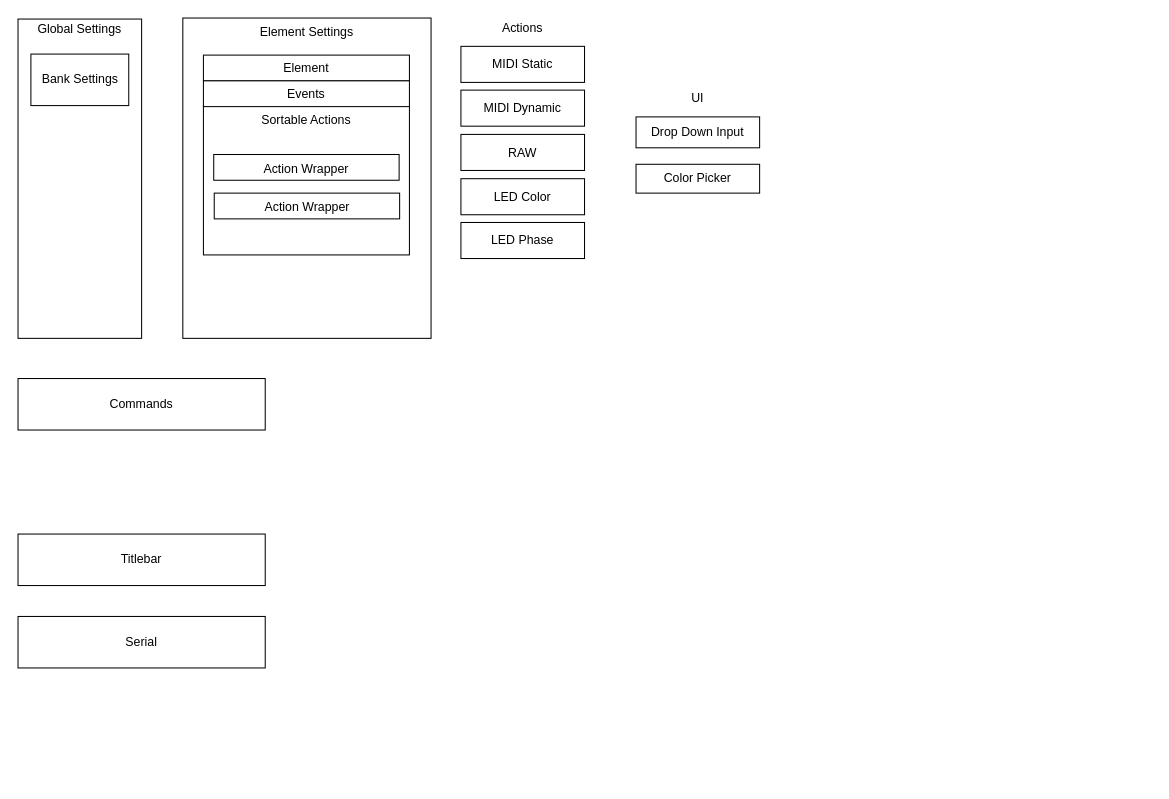
The draw.io diagram doc-editor.drawio in intechstudio/grid-editor, before the edit. Source tidied: cells renumbered, new cells numbered last; positions are measured from the earlier drawing's top-left corner, leaving out a move shared by most shapes. Both pictures are drawn from the tidied source at 103%, with x=0, y=0 at pixel (18, 18).
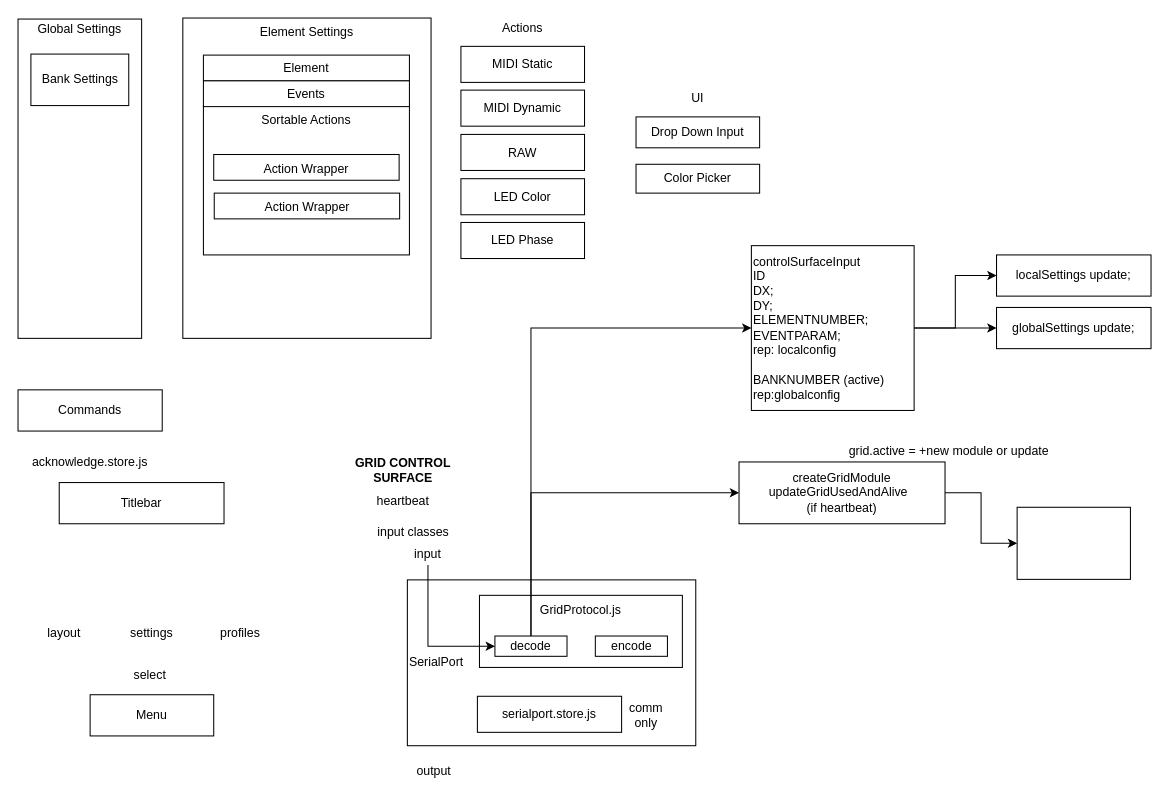
The same diagram, later.

The edit, as a diff of the source:
```diff
@@
     <mxCell id="6" value="Commands" style="rounded=0;whiteSpace=wrap;html=1;" parent="1" vertex="1">
-      <mxGeometry y="350" width="240" height="50" as="geometry" />
+      <mxGeometry y="361" width="140" height="40" as="geometry" />
     </mxCell>
@@
     <mxCell id="22" value="Titlebar" style="rounded=0;whiteSpace=wrap;html=1;" parent="1" vertex="1">
-      <mxGeometry y="501" width="240" height="50" as="geometry" />
+      <mxGeometry x="40" y="451" width="160" height="40" as="geometry" />
     </mxCell>
-    <mxCell id="23" value="Serial" style="rounded=0;whiteSpace=wrap;html=1;" parent="1" vertex="1">
-      <mxGeometry y="581" width="240" height="50" as="geometry" />
+    <mxCell id="23" value="SerialPort" style="rounded=0;whiteSpace=wrap;html=1;align=left;verticalAlign=middle;" parent="1" vertex="1">
+      <mxGeometry x="378" y="545.5" width="280" height="161" as="geometry" />
     </mxCell>
+    <mxCell id="24" value="acknowledge.store.js" style="text;html=1;strokeColor=none;fillColor=none;align=center;verticalAlign=middle;whiteSpace=wrap;rounded=0;" parent="1" vertex="1">
+      <mxGeometry x="50" y="421" width="40" height="20" as="geometry" />
+    </mxCell>
+    <mxCell id="25" value="serialport.store.js" style="rounded=0;whiteSpace=wrap;html=1;" parent="1" vertex="1">
+      <mxGeometry x="446" y="658.5" width="140" height="35" as="geometry" />
+    </mxCell>
+    <mxCell id="26" value="Menu" style="rounded=0;whiteSpace=wrap;html=1;" parent="1" vertex="1">
+      <mxGeometry x="70" y="657" width="120" height="40" as="geometry" />
+    </mxCell>
+    <mxCell id="27" value="select&amp;nbsp;" style="text;html=1;strokeColor=none;fillColor=none;align=center;verticalAlign=middle;whiteSpace=wrap;rounded=0;" parent="1" vertex="1">
+      <mxGeometry x="100" y="619" width="60" height="38" as="geometry" />
+    </mxCell>
+    <mxCell id="28" value="layout" style="text;html=1;strokeColor=none;fillColor=none;align=center;verticalAlign=middle;whiteSpace=wrap;rounded=0;" parent="1" vertex="1">
+      <mxGeometry x="9.5" y="581" width="70" height="32" as="geometry" />
+    </mxCell>
+    <mxCell id="29" value="settings" style="text;html=1;strokeColor=none;fillColor=none;align=center;verticalAlign=middle;whiteSpace=wrap;rounded=0;" parent="1" vertex="1">
+      <mxGeometry x="95" y="581" width="70" height="32" as="geometry" />
+    </mxCell>
+    <mxCell id="30" value="profiles" style="text;html=1;strokeColor=none;fillColor=none;align=center;verticalAlign=middle;whiteSpace=wrap;rounded=0;" parent="1" vertex="1">
+      <mxGeometry x="180.5" y="581" width="70" height="32" as="geometry" />
+    </mxCell>
+    <mxCell id="31" value="heartbeat" style="text;html=1;strokeColor=none;fillColor=none;align=center;verticalAlign=middle;whiteSpace=wrap;rounded=0;" parent="1" vertex="1">
+      <mxGeometry x="329" y="458.5" width="90" height="20" as="geometry" />
+    </mxCell>
+    <mxCell id="32" value="input classes" style="text;html=1;strokeColor=none;fillColor=none;align=center;verticalAlign=middle;whiteSpace=wrap;rounded=0;" parent="1" vertex="1">
+      <mxGeometry x="339" y="488.5" width="90" height="20" as="geometry" />
+    </mxCell>
+    <mxCell id="33" value="input" style="text;html=1;strokeColor=none;fillColor=none;align=center;verticalAlign=middle;whiteSpace=wrap;rounded=0;" parent="1" vertex="1">
+      <mxGeometry x="378" y="511" width="40" height="20" as="geometry" />
+    </mxCell>
+    <mxCell id="34" value="output" style="text;html=1;strokeColor=none;fillColor=none;align=center;verticalAlign=middle;whiteSpace=wrap;rounded=0;" parent="1" vertex="1">
+      <mxGeometry x="384" y="721" width="40" height="20" as="geometry" />
+    </mxCell>
+    <mxCell id="35" value="GRID CONTROL SURFACE" style="text;html=1;strokeColor=none;fillColor=none;align=center;verticalAlign=middle;whiteSpace=wrap;rounded=0;fontStyle=1;" parent="1" vertex="1">
+      <mxGeometry x="318" y="413.5" width="112" height="50" as="geometry" />
+    </mxCell>
+    <mxCell id="36" style="group;" parent="1" vertex="1">
+      <mxGeometry x="448" y="560.5" width="197" height="70" as="geometry" />
+    </mxCell>
+    <mxCell id="37" value="GridProtocol.js" style="rounded=0;whiteSpace=wrap;html=1;align=center;verticalAlign=top;" parent="36" vertex="1">
+      <mxGeometry width="197" height="70" as="geometry" />
+    </mxCell>
+    <mxCell id="38" value="decode" style="rounded=0;whiteSpace=wrap;html=1;align=center;" parent="36" vertex="1">
+      <mxGeometry x="15" y="39.5" width="70" height="19.7" as="geometry" />
+    </mxCell>
+    <mxCell id="39" value="encode" style="rounded=0;whiteSpace=wrap;html=1;align=center;" parent="36" vertex="1">
+      <mxGeometry x="112.5" y="39.5" width="70" height="19.7" as="geometry" />
+    </mxCell>
+    <mxCell id="40" value="comm only" style="text;html=1;strokeColor=none;fillColor=none;align=center;verticalAlign=middle;whiteSpace=wrap;rounded=0;" parent="1" vertex="1">
+      <mxGeometry x="590" y="666.5" width="40" height="20" as="geometry" />
+    </mxCell>
+    <mxCell id="41" style="edgeStyle=orthogonalEdgeStyle;rounded=0;jettySize=auto;html=1;" parent="1" edge="1" source="42" target="43">
+      <mxGeometry relative="1" as="geometry" />
+    </mxCell>
+    <mxCell id="42" value="createGridModule&lt;br&gt;updateGridUsedAndAlive&amp;nbsp;&amp;nbsp;&lt;br&gt;(if heartbeat)" style="rounded=0;whiteSpace=wrap;html=1;align=center;" parent="1" vertex="1">
+      <mxGeometry x="700" y="431" width="200" height="60" as="geometry" />
+    </mxCell>
+    <mxCell id="43" style="rounded=0;whiteSpace=wrap;html=1;align=center;" parent="1" vertex="1">
+      <mxGeometry x="970" y="475" width="110" height="70" as="geometry" />
+    </mxCell>
+    <mxCell id="44" style="edgeStyle=orthogonalEdgeStyle;rounded=0;jettySize=auto;html=1;exitX=0.5;exitY=1;exitDx=0;exitDy=0;entryX=0;entryY=0.5;entryDx=0;entryDy=0;" parent="1" edge="1" source="33" target="38">
+      <mxGeometry relative="1" as="geometry" />
+    </mxCell>
+    <mxCell id="45" style="edgeStyle=orthogonalEdgeStyle;rounded=0;jettySize=auto;html=1;exitX=0.5;exitY=0;exitDx=0;exitDy=0;entryX=0;entryY=0.5;entryDx=0;entryDy=0;" parent="1" edge="1" source="38" target="42">
+      <mxGeometry relative="1" as="geometry" />
+    </mxCell>
+    <mxCell id="46" style="edgeStyle=orthogonalEdgeStyle;rounded=0;jettySize=auto;html=1;" parent="1" edge="1" source="48" target="49">
+      <mxGeometry relative="1" as="geometry" />
+    </mxCell>
+    <mxCell id="47" style="edgeStyle=orthogonalEdgeStyle;rounded=0;jettySize=auto;html=1;exitX=1;exitY=0.5;exitDx=0;exitDy=0;" parent="1" edge="1" source="48" target="52">
+      <mxGeometry relative="1" as="geometry" />
+    </mxCell>
+    <mxCell id="48" value="controlSurfaceInput&lt;br&gt;ID&lt;br&gt;DX;&lt;br&gt;DY;&lt;br&gt;ELEMENTNUMBER;&lt;br&gt;EVENTPARAM;&lt;br&gt;rep: localconfig&lt;br&gt;&lt;br&gt;BANKNUMBER (active)&lt;br&gt;rep:globalconfig" style="rounded=0;whiteSpace=wrap;html=1;align=left;" parent="1" vertex="1">
+      <mxGeometry x="712" y="221" width="158" height="160" as="geometry" />
+    </mxCell>
+    <mxCell id="49" value="localSettings update;" style="rounded=0;whiteSpace=wrap;html=1;align=center;" parent="1" vertex="1">
+      <mxGeometry x="950" y="230" width="150" height="40" as="geometry" />
+    </mxCell>
+    <mxCell id="50" style="edgeStyle=orthogonalEdgeStyle;rounded=0;jettySize=auto;html=1;exitX=0.5;exitY=0;exitDx=0;exitDy=0;entryX=0;entryY=0.5;entryDx=0;entryDy=0;" parent="1" edge="1" source="38" target="48">
+      <mxGeometry relative="1" as="geometry" />
+    </mxCell>
+    <mxCell id="51" value="grid.active = +new module or update" style="text;html=1;strokeColor=none;fillColor=none;align=center;verticalAlign=middle;whiteSpace=wrap;rounded=0;" parent="1" vertex="1">
+      <mxGeometry x="783" y="411" width="242" height="20" as="geometry" />
+    </mxCell>
+    <mxCell id="52" value="globalSettings update;" style="rounded=0;whiteSpace=wrap;html=1;align=center;" parent="1" vertex="1">
+      <mxGeometry x="950" y="281" width="150" height="40" as="geometry" />
+    </mxCell>
```
